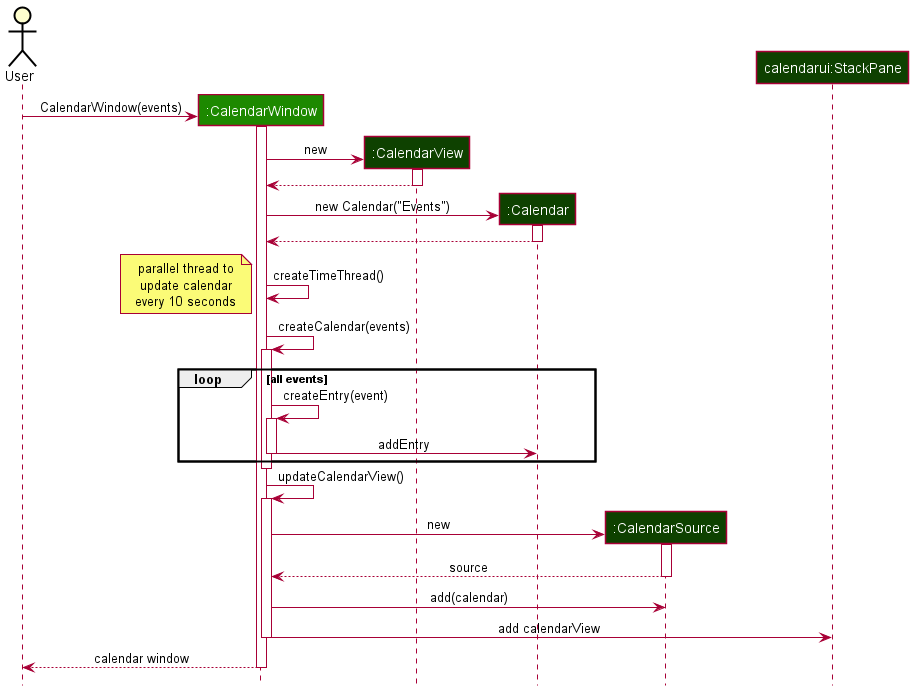
Earlier version of the PlantUML export docs/images/CalendarSequenceDiagram.png (xiangjunn/tp).
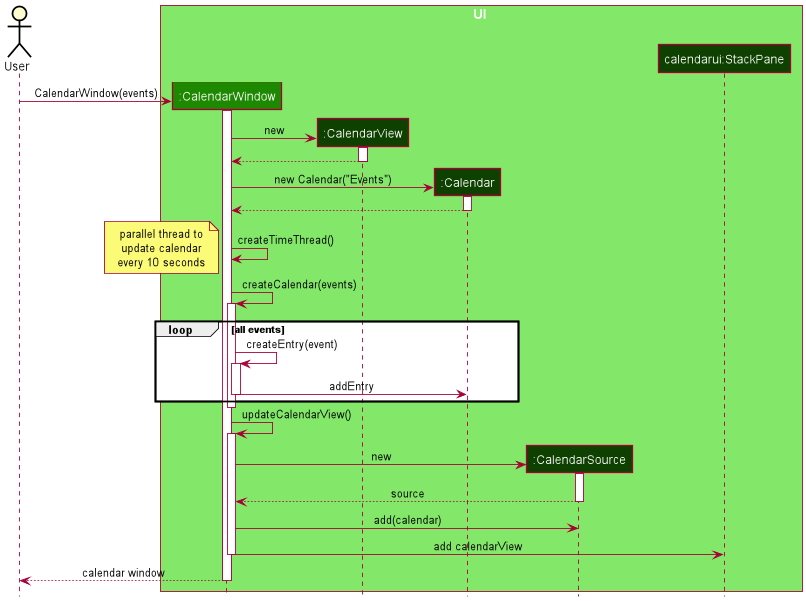
Later version of the same file.

Commit message:
Edit Calendar Sequence diagram

What changed in the source:
```diff
@@ -3,18 +3,25 @@
 
 actor User
 
-create ":CalendarWindow" as CalendarWindow UI_COLOR
+box UI UI_COLOR_T1
+participant ":CalendarWindow" as CalendarWindow UI_COLOR
+participant ":CalendarView" as CalendarView UI_COLOR_T4
+participant ":Calendar" as Calendar UI_COLOR_T4
+participant ":CalendarSource" as CalendarSource UI_COLOR_T4
+participant "calendarui:StackPane" as CalendarUI UI_COLOR_T4
+end box
+
+create CalendarWindow
 User -> CalendarWindow : CalendarWindow(events)
 activate CalendarWindow
-deactivate CalendarWindow
 
-create ":CalendarView" as CalendarView UI_COLOR_T4
+create CalendarView
 CalendarWindow -> CalendarView : new
 activate CalendarView
 CalendarView --> CalendarWindow
 deactivate CalendarView
 
-create ":Calendar" as Calendar UI_COLOR_T4
+create Calendar
 CalendarWindow -> Calendar : new Calendar("Events")
 activate Calendar
 Calendar --> CalendarWindow
@@ -24,17 +31,22 @@
 note left: parallel thread to\nupdate calendar\nevery 10 seconds
 
 CalendarWindow -> CalendarWindow : createCalendar(events)
+
 activate CalendarWindow
+
 loop all events
 CalendarWindow -> CalendarWindow : createEntry(event)
 activate CalendarWindow
 CalendarWindow -> Calendar : addEntry
 deactivate CalendarWindow
 end
+
 deactivate CalendarWindow
+
 CalendarWindow -> CalendarWindow : updateCalendarView()
 activate CalendarWindow
-create ":CalendarSource" as CalendarSource UI_COLOR_T4
+
+create CalendarSource
 CalendarWindow -> CalendarSource : new
 activate CalendarSource
 return source
@@ -42,7 +54,6 @@
 
 CalendarWindow -> CalendarSource : add(calendar)
 
-participant "calendarui:StackPane" as CalendarUI UI_COLOR_T4
 CalendarWindow -> CalendarUI : add calendarView
 deactivate CalendarWindow
 
```
